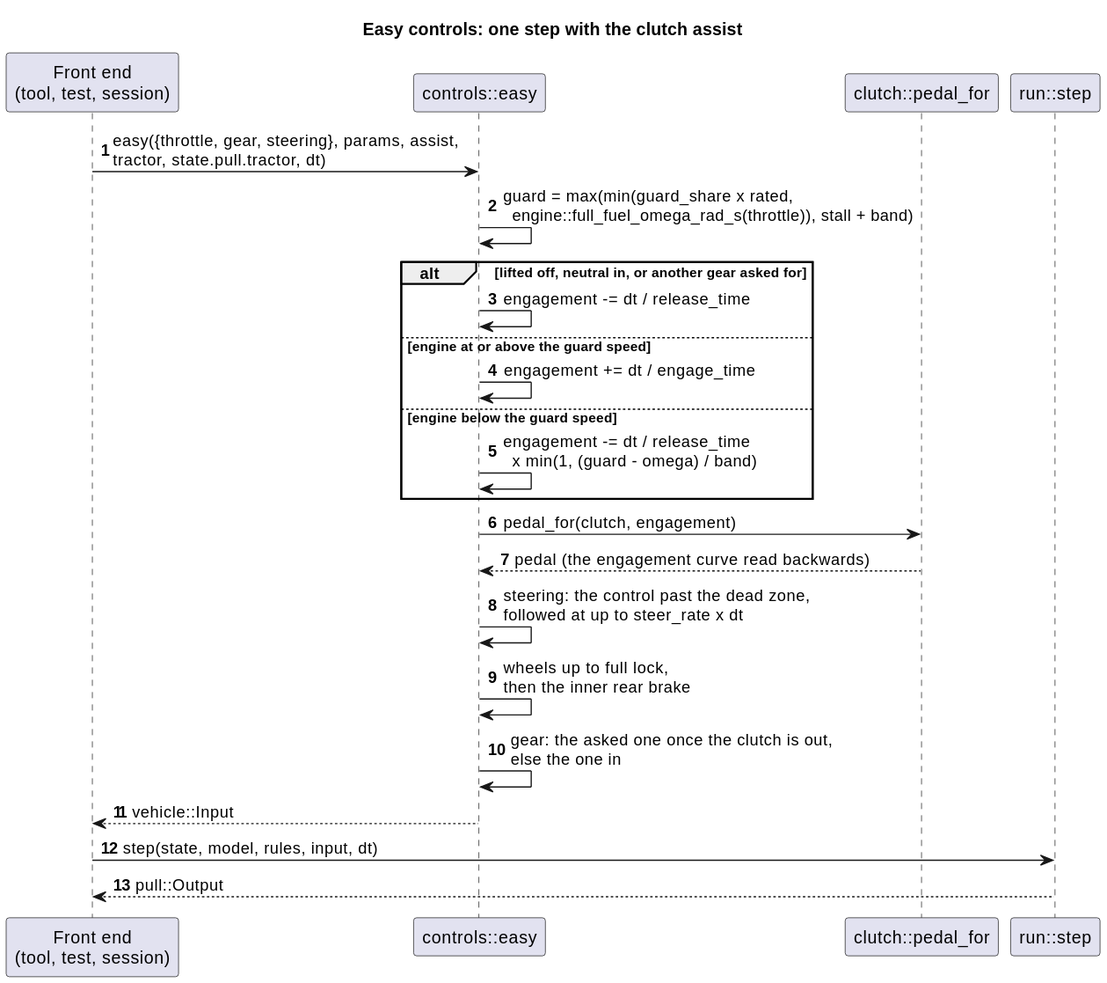
This is docs/diagrams/svg/easy_controls_sequence.svg from wversteeg/TractorPulling, a PlantUML export, as it was before one commit.
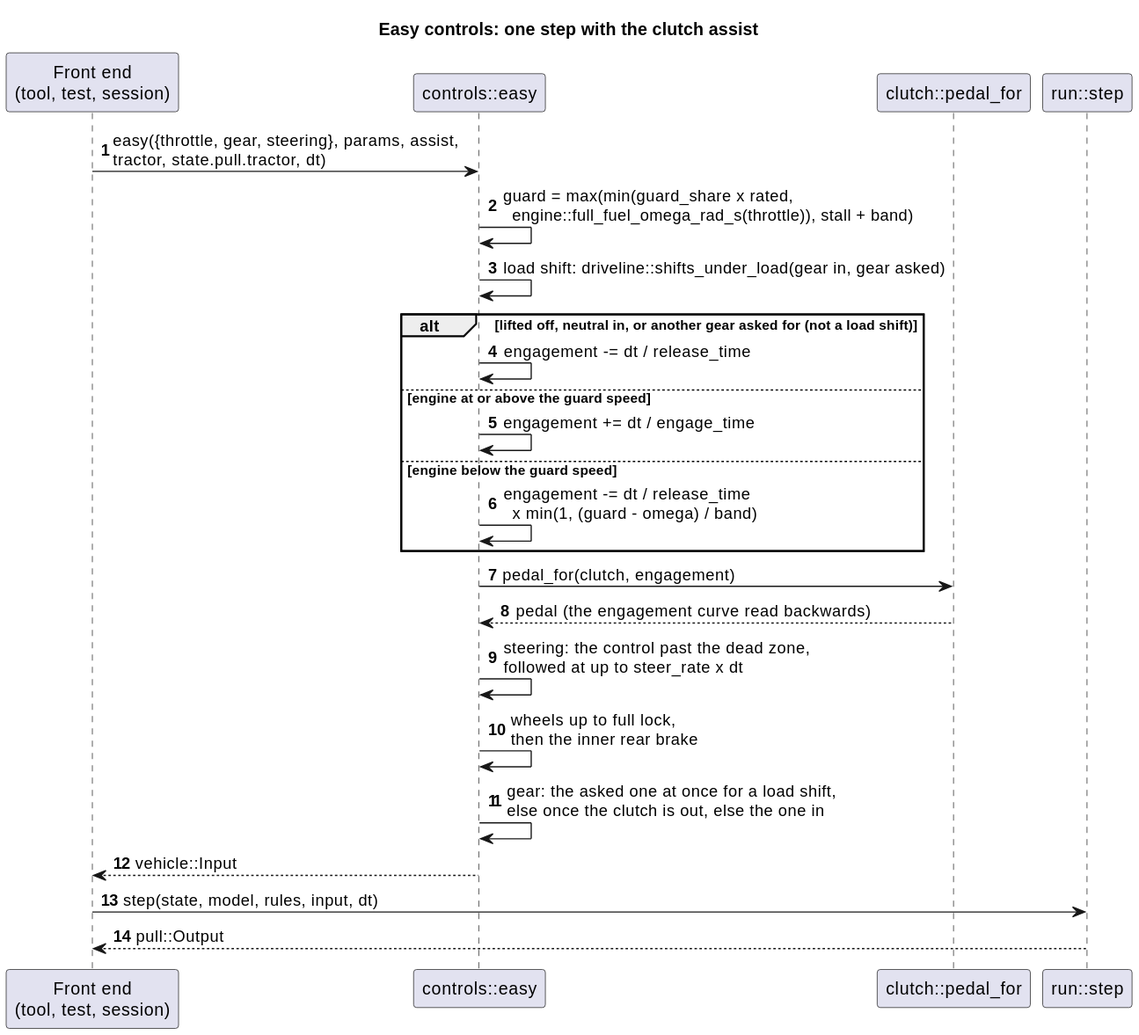
Later version of the same file.

The edit, as a diff of the source:
```diff
@@ -8,7 +8,8 @@
 
 Frontend -> Easy : easy({throttle, gear, steering}, params, assist,\ntractor, state.pull.tractor, dt)
 Easy -> Easy : guard = max(min(guard_share x rated,\n  engine::full_fuel_omega_rad_s(throttle)), stall + band)
-alt lifted off, neutral in, or another gear asked for
+Easy -> Easy : load shift: driveline::shifts_under_load(gear in, gear asked)
+alt lifted off, neutral in, or another gear asked for (not a load shift)
   Easy -> Easy : engagement -= dt / release_time
 else engine at or above the guard speed
   Easy -> Easy : engagement += dt / engage_time
@@ -19,7 +20,7 @@
 PedalFor --> Easy : pedal (the engagement curve read backwards)
 Easy -> Easy : steering: the control past the dead zone,\nfollowed at up to steer_rate x dt
 Easy -> Easy : wheels up to full lock,\nthen the inner rear brake
-Easy -> Easy : gear: the asked one once the clutch is out,\nelse the one in
+Easy -> Easy : gear: the asked one at once for a load shift,\nelse once the clutch is out, else the one in
 Easy --> Frontend : vehicle::Input
 Frontend -> Run : step(state, model, rules, input, dt)
 Run --> Frontend : pull::Output
```
